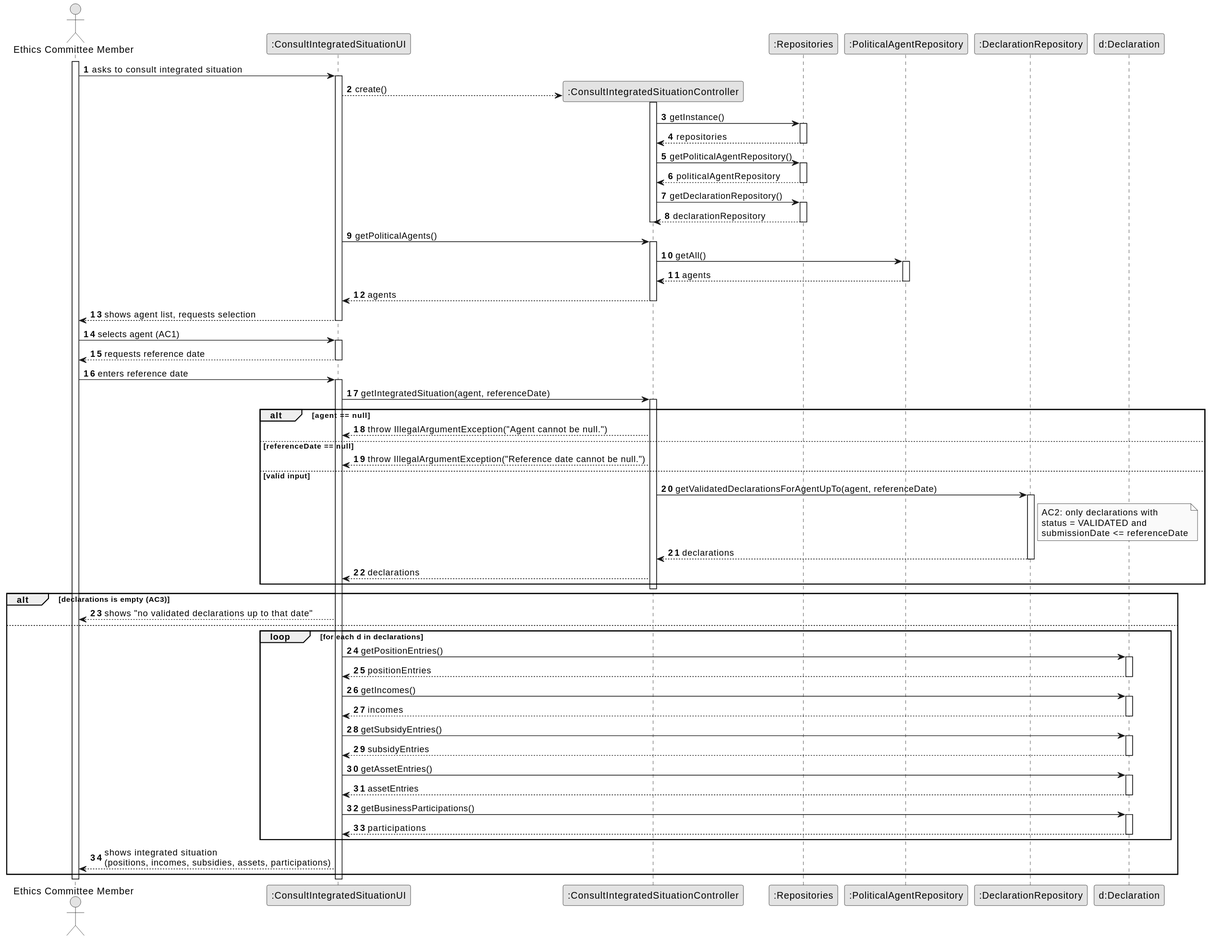
Earlier version of the PlantUML export docs/system-documentation/US09/03.design/svg/US09-SD-full.svg (brunodspinto/crystal-clear-platform).
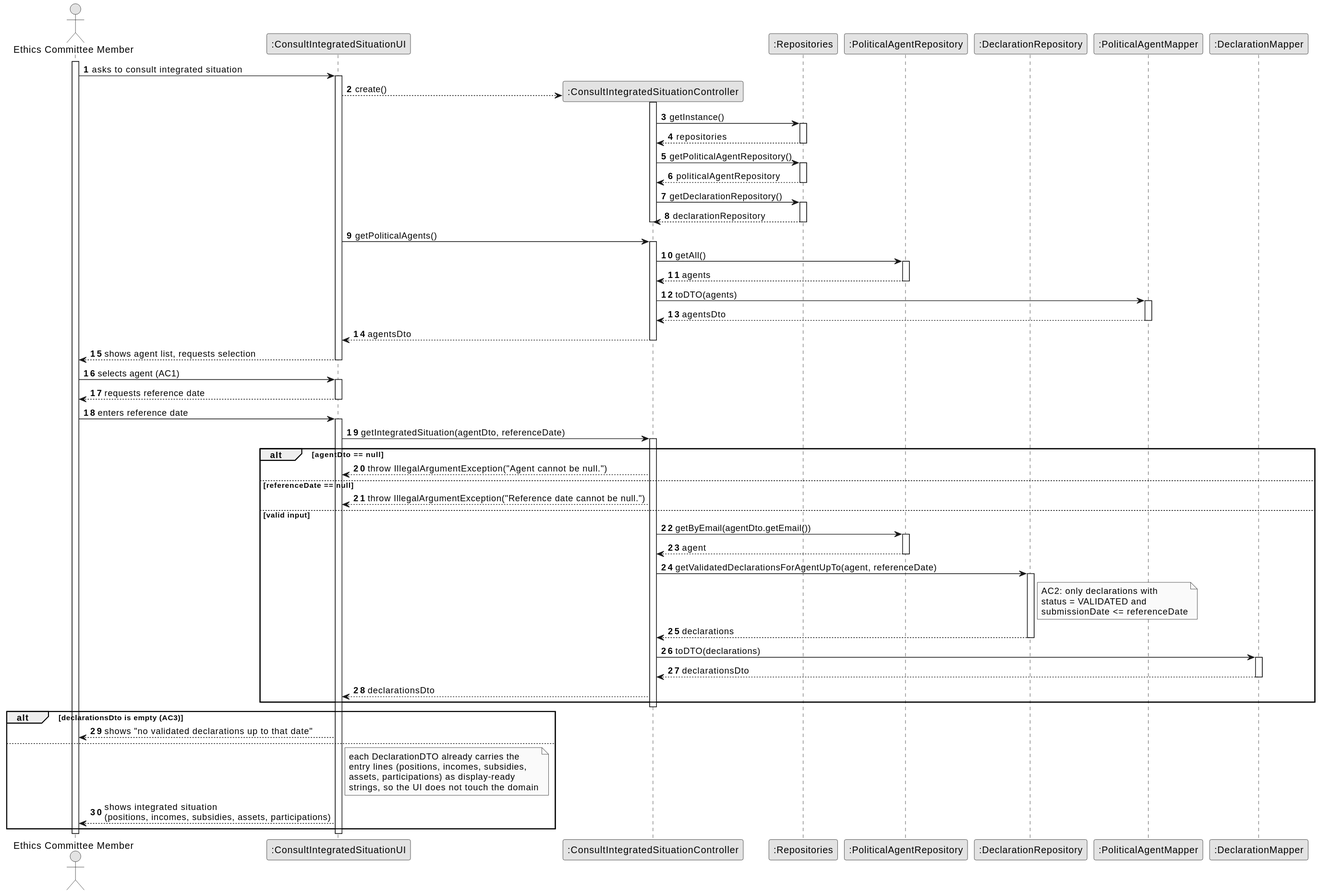
Above is the later version.

What changed in the source:
```diff
@@ -11,7 +11,8 @@
 participant ":Repositories" as REPOS
 participant ":PoliticalAgentRepository" as PAR
 participant ":DeclarationRepository" as DR
-participant "d:Declaration" as DEC
+participant ":PoliticalAgentMapper" as PAM
+participant ":DeclarationMapper" as DM
 
 activate ECM
 
@@ -44,7 +45,12 @@
                 PAR --> CTRL : agents
             deactivate PAR
 
-            CTRL --> UI : agents
+            CTRL -> PAM : toDTO(agents)
+            activate PAM
+                PAM --> CTRL : agentsDto
+            deactivate PAM
+
+            CTRL --> UI : agentsDto
         deactivate CTRL
 
         UI --> ECM : shows agent list, requests selection
@@ -59,14 +65,19 @@
     ECM -> UI : enters reference date
     activate UI
 
-        UI -> CTRL : getIntegratedSituation(agent, referenceDate)
+        UI -> CTRL : getIntegratedSituation(agentDto, referenceDate)
         activate CTRL
 
-            alt agent == null
+            alt agentDto == null
                 CTRL --> UI : throw IllegalArgumentException("Agent cannot be null.")
             else referenceDate == null
                 CTRL --> UI : throw IllegalArgumentException("Reference date cannot be null.")
             else valid input
+                CTRL -> PAR : getByEmail(agentDto.getEmail())
+                activate PAR
+                    PAR --> CTRL : agent
+                deactivate PAR
+
                 CTRL -> DR : getValidatedDeclarationsForAgentUpTo(agent, referenceDate)
                 activate DR
 
@@ -79,39 +90,24 @@
                     DR --> CTRL : declarations
                 deactivate DR
 
-                CTRL --> UI : declarations
+                CTRL -> DM : toDTO(declarations)
+                activate DM
+                    DM --> CTRL : declarationsDto
+                deactivate DM
+
+                CTRL --> UI : declarationsDto
             end
         deactivate CTRL
 
-        alt declarations is empty (AC3)
+        alt declarationsDto is empty (AC3)
             UI --> ECM : shows "no validated declarations up to that date"
         else
-            loop for each d in declarations
-                UI -> DEC : getPositionEntries()
-                activate DEC
-                    DEC --> UI : positionEntries
-                deactivate DEC
-
-                UI -> DEC : getIncomes()
-                activate DEC
-                    DEC --> UI : incomes
-                deactivate DEC
-
-                UI -> DEC : getSubsidyEntries()
-                activate DEC
-                    DEC --> UI : subsidyEntries
-                deactivate DEC
-
-                UI -> DEC : getAssetEntries()
-                activate DEC
-                    DEC --> UI : assetEntries
-                deactivate DEC
-
-                UI -> DEC : getBusinessParticipations()
-                activate DEC
-                    DEC --> UI : participations
-                deactivate DEC
-            end
+            note right of UI
+                each DeclarationDTO already carries the
+                entry lines (positions, incomes, subsidies,
+                assets, participations) as display-ready
+                strings, so the UI does not touch the domain
+            end note
 
             UI --> ECM : shows integrated situation\n(positions, incomes, subsidies, assets, participations)
         end
```
